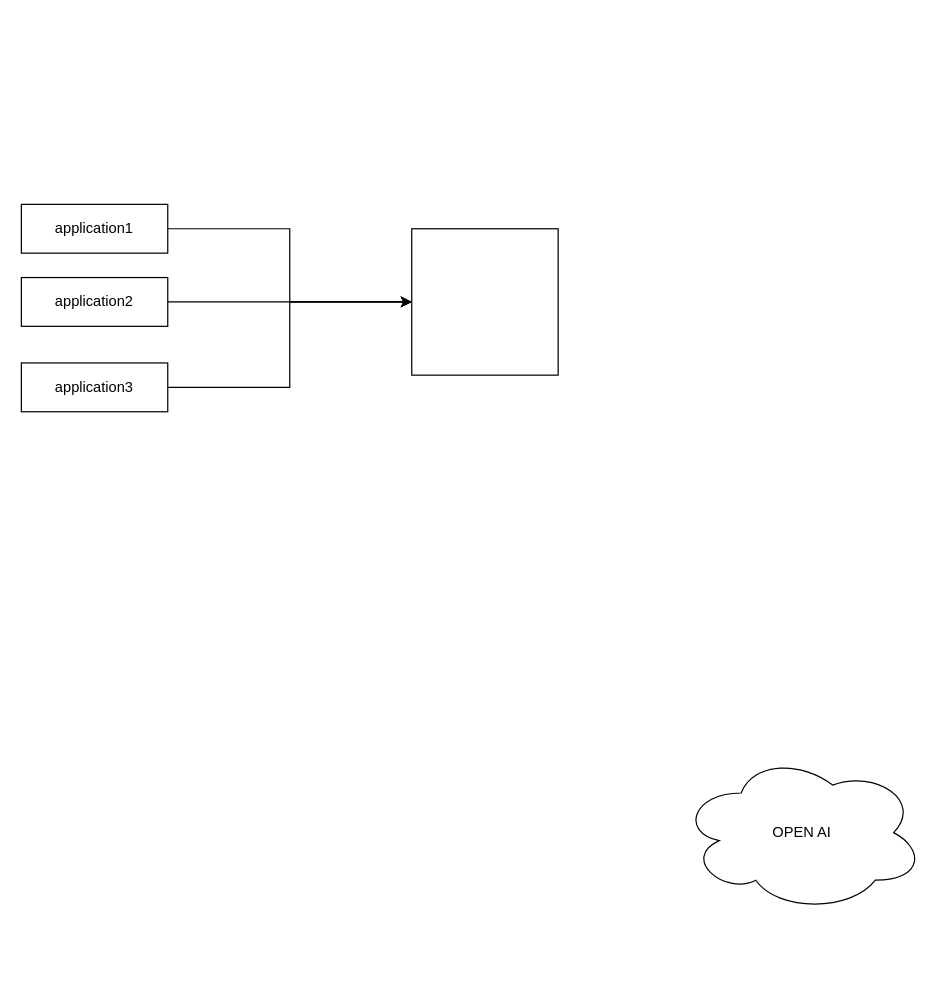
Above: 제목 없는 다이어그램.drawio in chanhee-kang/chanhee-kang (draw.io), before the change. Source tidied: cells renumbered, new cells numbered last; positions are measured from the earlier drawing's top-left corner, leaving out a move shared by most shapes. Both pictures are drawn from the tidied source at 122%, with x=0, y=0 at pixel (21, 204).
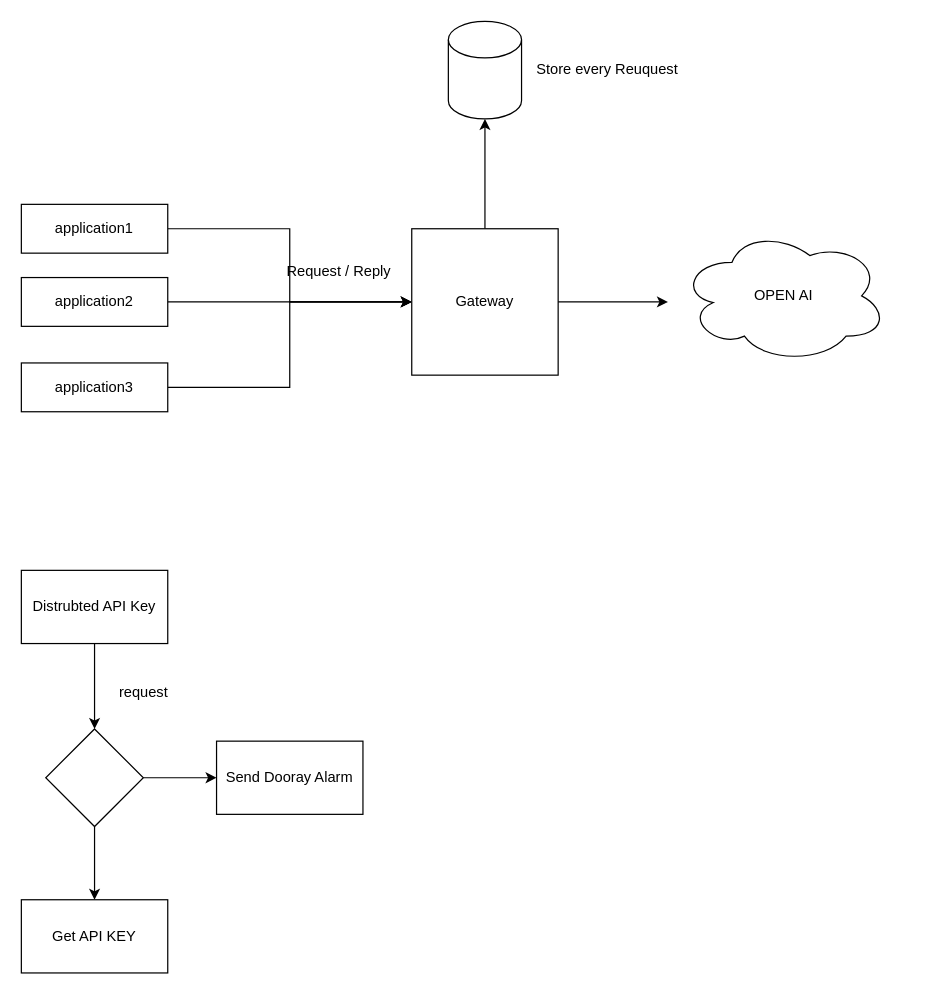
After the change.

Diff of the diagram source:
```diff
@@
+    <mxCell id="10" style="edgeStyle=orthogonalEdgeStyle;rounded=0;jettySize=auto;html=1;" parent="1" edge="1" source="8" target="12">
+      <mxGeometry relative="1" as="geometry" />
+    </mxCell>
-    <mxCell id="8" style="whiteSpace=wrap;html=1;" parent="1" vertex="1">
+    <mxCell id="8" value="Gateway" style="whiteSpace=wrap;html=1;" parent="1" vertex="1">
       <mxGeometry x="320" y="20" width="120" height="120" as="geometry" />
     </mxCell>
+    <mxCell id="11" value="Request / Reply" style="text;html=1;align=center;verticalAlign=middle;strokeColor=none;fillColor=none;" parent="1" vertex="1">
+      <mxGeometry x="205" y="40" width="110" height="30" as="geometry" />
+    </mxCell>
+    <mxCell id="12" style="shape=cylinder3;whiteSpace=wrap;html=1;boundedLbl=1;backgroundOutline=1;size=15;" parent="1" vertex="1">
+      <mxGeometry x="350" y="-150" width="60" height="80" as="geometry" />
+    </mxCell>
+    <mxCell id="13" value="Store every Reuquest" style="text;html=1;align=center;verticalAlign=middle;strokeColor=none;fillColor=none;" parent="1" vertex="1">
+      <mxGeometry x="410" y="-125" width="140" height="30" as="geometry" />
+    </mxCell>
+    <mxCell id="14" style="edgeStyle=orthogonalEdgeStyle;rounded=0;jettySize=auto;html=1;" parent="1" edge="1" source="15" target="18">
+      <mxGeometry relative="1" as="geometry" />
+    </mxCell>
+    <mxCell id="15" value="Distrubted API Key" style="rounded=0;whiteSpace=wrap;html=1;" parent="1" vertex="1">
+      <mxGeometry y="300" width="120" height="60" as="geometry" />
+    </mxCell>
+    <mxCell id="16" style="edgeStyle=orthogonalEdgeStyle;rounded=0;jettySize=auto;html=1;" parent="1" edge="1" source="18" target="19">
+      <mxGeometry relative="1" as="geometry" />
+    </mxCell>
+    <mxCell id="17" style="edgeStyle=orthogonalEdgeStyle;rounded=0;jettySize=auto;html=1;" parent="1" edge="1" source="18" target="20">
+      <mxGeometry relative="1" as="geometry" />
+    </mxCell>
+    <mxCell id="18" style="rhombus;whiteSpace=wrap;html=1;rounded=0;" parent="1" vertex="1">
+      <mxGeometry x="20" y="430" width="80" height="80" as="geometry" />
+    </mxCell>
+    <mxCell id="19" value="Send Dooray Alarm" style="whiteSpace=wrap;html=1;rounded=0;" parent="1" vertex="1">
+      <mxGeometry x="160" y="440" width="120" height="60" as="geometry" />
+    </mxCell>
+    <mxCell id="20" value="Get API KEY" style="whiteSpace=wrap;html=1;rounded=0;" parent="1" vertex="1">
+      <mxGeometry y="570" width="120" height="60" as="geometry" />
+    </mxCell>
+    <mxCell id="21" style="endArrow=classic;html=1;rounded=0;exitX=1;exitY=0.5;exitDx=0;exitDy=0;" parent="1" edge="1" source="8">
+      <mxGeometry relative="1" as="geometry">
+        <mxPoint x="530" y="80" as="targetPoint" />
+      </mxGeometry>
+    </mxCell>
     <mxCell id="9" value="OPEN AI" style="ellipse;shape=cloud;whiteSpace=wrap;html=1;" parent="1" vertex="1">
-      <mxGeometry x="540" y="450" width="200" height="130" as="geometry" />
+      <mxGeometry x="540" y="20" width="170" height="110" as="geometry" />
     </mxCell>
+    <mxCell id="22" value="request" style="text;html=1;align=center;verticalAlign=middle;strokeColor=none;fillColor=none;" parent="1" vertex="1">
+      <mxGeometry x="70" y="384.5" width="60" height="30" as="geometry" />
+    </mxCell>
```
